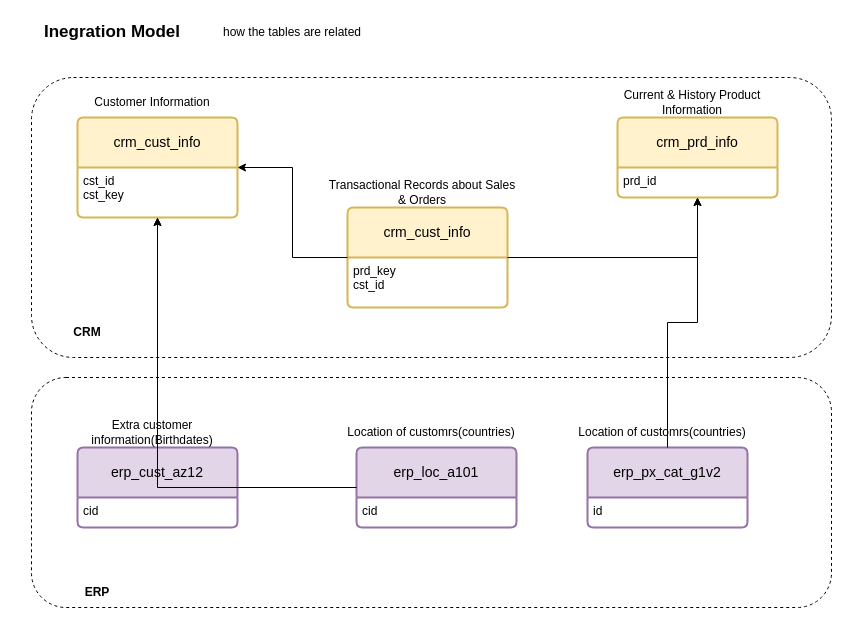
Laaad/Mini-Data-Warehouse keeps this draw.io diagram as DWH/documents/intergration_model.drawio. Above is the earlier version. Source tidied: cells renumbered, new cells numbered last; positions are measured from the earlier drawing's top-left corner, leaving out a move shared by most shapes. Both pictures are drawn from the tidied source at 100%, with x=0, y=0 at pixel (17, 17).
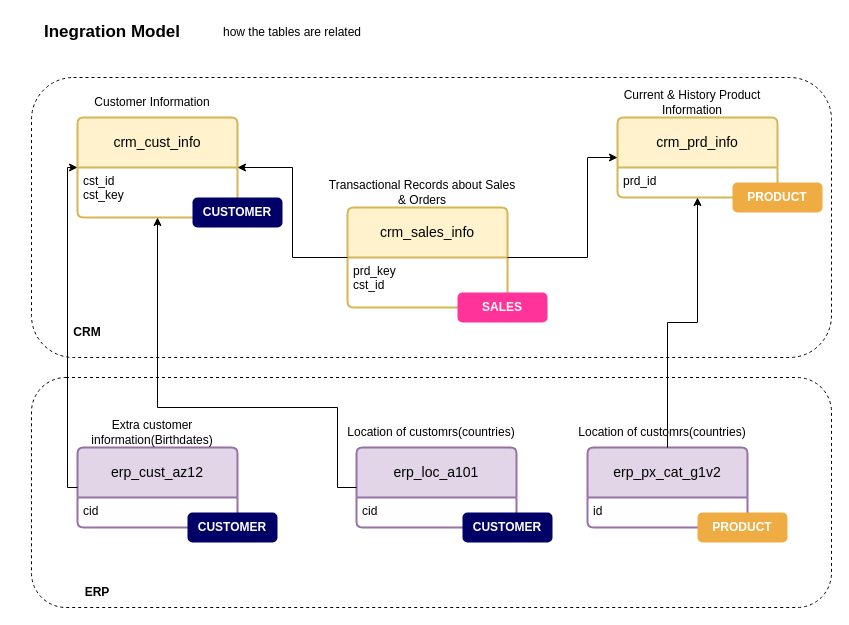
The same page after the edit.

Commit message (it also covers changes not shown here):
Update integration model diagram and PNG representation

Unchanged cells that the change refers to:
```xml
<mxCell id="7" value="crm_cust_info" style="swimlane;horizontal=1;startSize=50;rounded=1;fontSize=14;fontStyle=0;strokeWidth=2;shadow=0;dashed=0;align=center;arcSize=4;whiteSpace=wrap;html=1;fillColor=#fff2cc;strokeColor=#d6b656;" parent="6" vertex="1">
  <mxGeometry x="20" y="30" width="160" height="100" as="geometry" />
</mxCell>
<mxCell id="11" value="crm_prd_info" style="swimlane;horizontal=1;startSize=50;rounded=1;fontSize=14;fontStyle=0;strokeWidth=2;shadow=0;dashed=0;align=center;arcSize=4;whiteSpace=wrap;html=1;fillColor=#fff2cc;strokeColor=#d6b656;" parent="10" vertex="1">
  <mxGeometry x="20" y="30" width="160" height="80" as="geometry" />
</mxCell>
<mxCell id="14" style="group;" parent="1" vertex="1">
  <mxGeometry x="310" y="160" width="190" height="150" as="geometry" />
</mxCell>
<mxCell id="21" value="erp_cust_az12" style="swimlane;horizontal=1;startSize=50;rounded=1;fontSize=14;fontStyle=0;strokeWidth=2;shadow=0;dashed=0;align=center;arcSize=4;whiteSpace=wrap;html=1;fillColor=#e1d5e7;strokeColor=#9673a6;" parent="20" vertex="1">
  <mxGeometry x="20" y="30" width="160" height="80" as="geometry" />
</mxCell>
<mxCell id="26" value="erp_loc_a101" style="swimlane;horizontal=1;startSize=50;rounded=1;fontSize=14;fontStyle=0;strokeWidth=2;shadow=0;dashed=0;align=center;arcSize=4;whiteSpace=wrap;html=1;fillColor=#e1d5e7;strokeColor=#9673a6;" parent="25" vertex="1">
  <mxGeometry x="20" y="30" width="160" height="80" as="geometry" />
</mxCell>
<mxCell id="31" value="erp_px_cat_g1v2" style="swimlane;horizontal=1;startSize=50;rounded=1;fontSize=14;fontStyle=0;strokeWidth=2;shadow=0;dashed=0;align=center;arcSize=4;whiteSpace=wrap;html=1;fillColor=#e1d5e7;strokeColor=#9673a6;" parent="30" vertex="1">
  <mxGeometry x="20" y="30" width="160" height="80" as="geometry" />
</mxCell>
```

The edit, as a diff of the source:
```diff
@@
-    <mxCell id="2" style="rounded=1;whiteSpace=wrap;html=1;fillColor=default;dashed=1;" parent="1" vertex="1">
+    <mxCell id="2" style="rounded=1;whiteSpace=wrap;html=1;dashed=1;" parent="1" vertex="1">
       <mxGeometry x="14" y="360" width="800" height="230" as="geometry" />
     </mxCell>
@@
-    <mxCell id="15" value="crm_cust_info" style="swimlane;horizontal=1;startSize=50;rounded=1;fontSize=14;fontStyle=0;strokeWidth=2;shadow=0;dashed=0;align=center;arcSize=4;whiteSpace=wrap;html=1;fillColor=#fff2cc;strokeColor=#d6b656;" parent="14" vertex="1">
+    <mxCell id="15" value="crm_sales_info" style="swimlane;horizontal=1;startSize=50;rounded=1;fontSize=14;fontStyle=0;strokeWidth=2;shadow=0;dashed=0;align=center;arcSize=4;whiteSpace=wrap;html=1;fillColor=#fff2cc;strokeColor=#d6b656;" parent="14" vertex="1">
       <mxGeometry x="20" y="30" width="160" height="100" as="geometry" />
     </mxCell>
@@
     <mxCell id="18" style="edgeStyle=orthogonalEdgeStyle;rounded=0;jettySize=auto;html=1;" parent="1" edge="1" source="15" target="11">
-      <mxGeometry relative="1" as="geometry" />
+      <mxGeometry relative="1" as="geometry">
+        <Array as="points">
+          <mxPoint x="570" y="240" />
+          <mxPoint x="570" y="140" />
+        </Array>
+      </mxGeometry>
     </mxCell>
@@
     <mxCell id="24" style="edgeStyle=orthogonalEdgeStyle;rounded=0;jettySize=auto;html=1;" parent="1" edge="1" source="21" target="7">
-      <mxGeometry relative="1" as="geometry" />
+      <mxGeometry relative="1" as="geometry">
+        <Array as="points">
+          <mxPoint x="50" y="470" />
+          <mxPoint x="50" y="150" />
+        </Array>
+      </mxGeometry>
     </mxCell>
@@
     <mxCell id="29" style="edgeStyle=orthogonalEdgeStyle;rounded=0;jettySize=auto;html=1;" parent="1" edge="1" source="26" target="7">
-      <mxGeometry relative="1" as="geometry" />
+      <mxGeometry relative="1" as="geometry">
+        <Array as="points">
+          <mxPoint x="320" y="470" />
+          <mxPoint x="320" y="390" />
+          <mxPoint x="140" y="390" />
+        </Array>
+      </mxGeometry>
     </mxCell>
@@
     <mxCell id="34" style="edgeStyle=orthogonalEdgeStyle;rounded=0;jettySize=auto;html=1;" parent="1" edge="1" source="31" target="11">
-      <mxGeometry relative="1" as="geometry" />
+      <mxGeometry relative="1" as="geometry">
+        <Array as="points">
+          <mxPoint x="650" y="305" />
+          <mxPoint x="680" y="305" />
+        </Array>
+      </mxGeometry>
     </mxCell>
@@
+    <mxCell id="37" value="PRODUCT" style="html=1;shadow=0;dashed=0;shape=mxgraph.bootstrap.rrect;align=center;rSize=5;strokeColor=none;fillColor=#EFAC43;fontColor=#ffffff;fontStyle=1;whiteSpace=wrap;" parent="1" vertex="1">
+      <mxGeometry x="715" y="165" width="90" height="30" as="geometry" />
+    </mxCell>
+    <mxCell id="38" value="PRODUCT" style="html=1;shadow=0;dashed=0;shape=mxgraph.bootstrap.rrect;align=center;rSize=5;strokeColor=none;fillColor=#EFAC43;fontColor=#ffffff;fontStyle=1;whiteSpace=wrap;" parent="1" vertex="1">
+      <mxGeometry x="680" y="495" width="90" height="30" as="geometry" />
+    </mxCell>
+    <mxCell id="39" value="CUSTOMER" style="html=1;shadow=0;dashed=0;shape=mxgraph.bootstrap.rrect;align=center;rSize=5;strokeColor=none;fillColor=#000066;fontColor=#ffffff;fontStyle=1;whiteSpace=wrap;" parent="1" vertex="1">
+      <mxGeometry x="445" y="495" width="90" height="30" as="geometry" />
+    </mxCell>
+    <mxCell id="40" value="CUSTOMER" style="html=1;shadow=0;dashed=0;shape=mxgraph.bootstrap.rrect;align=center;rSize=5;strokeColor=none;fillColor=#000066;fontColor=#ffffff;fontStyle=1;whiteSpace=wrap;" parent="1" vertex="1">
+      <mxGeometry x="170" y="495" width="90" height="30" as="geometry" />
+    </mxCell>
+    <mxCell id="41" value="SALES" style="html=1;shadow=0;dashed=0;shape=mxgraph.bootstrap.rrect;align=center;rSize=5;strokeColor=none;fillColor=#FF3399;fontColor=#ffffff;fontStyle=1;whiteSpace=wrap;" parent="1" vertex="1">
+      <mxGeometry x="440" y="275" width="90" height="30" as="geometry" />
+    </mxCell>
+    <mxCell id="42" value="CUSTOMER" style="html=1;shadow=0;dashed=0;shape=mxgraph.bootstrap.rrect;align=center;rSize=5;strokeColor=none;fillColor=#000066;fontColor=#ffffff;fontStyle=1;whiteSpace=wrap;" parent="1" vertex="1">
+      <mxGeometry x="175" y="180" width="90" height="30" as="geometry" />
+    </mxCell>
```
